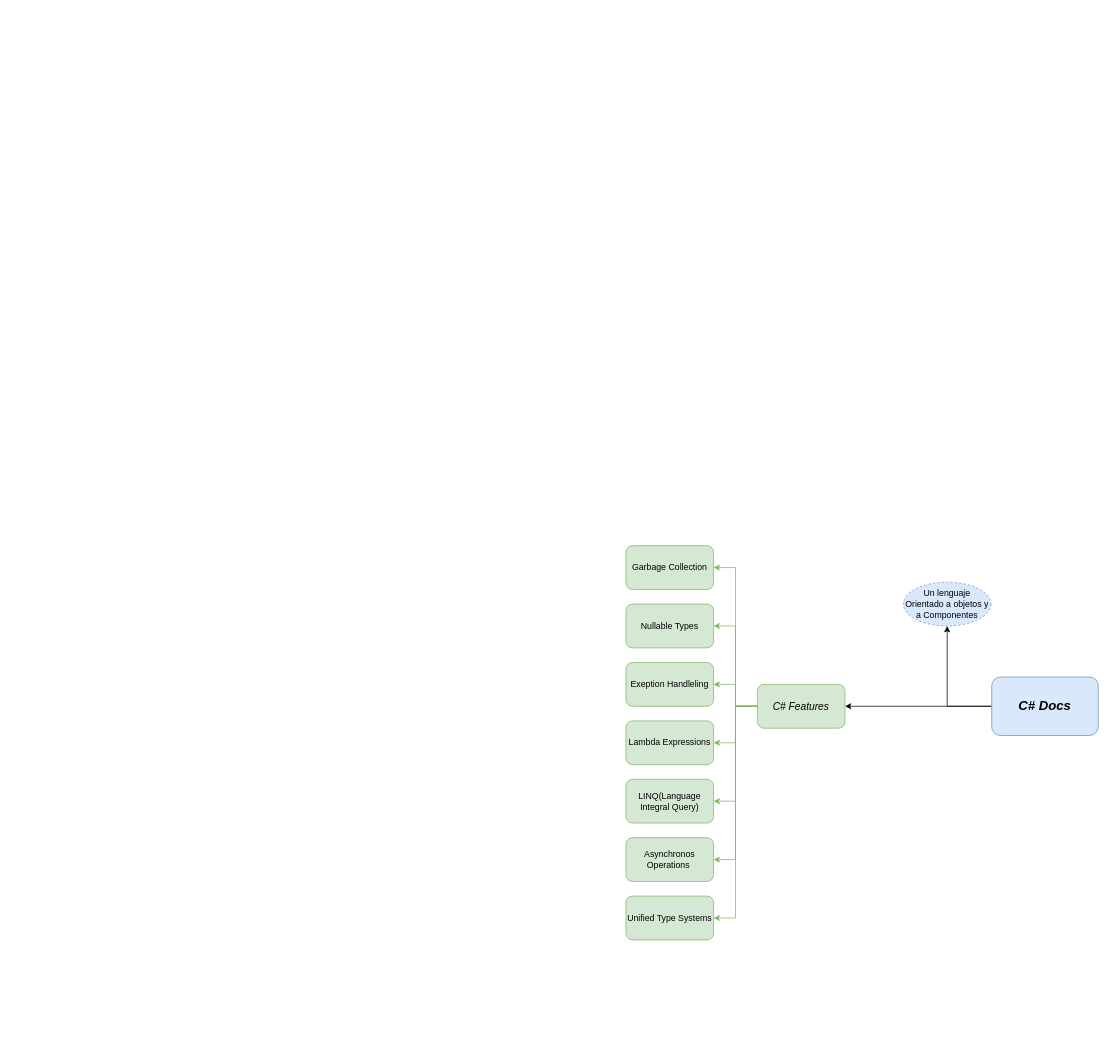
This is Untitled Diagram.drawio from Redcouz/AzureDevOpsDiagram, a draw.io file, before an edit. Source tidied: cells renumbered, new cells numbered last; positions are measured from the earlier drawing's top-left corner, leaving out a move shared by most shapes. Both pictures are drawn from the tidied source at 73%, with x=0, y=0 at pixel (626, 545).
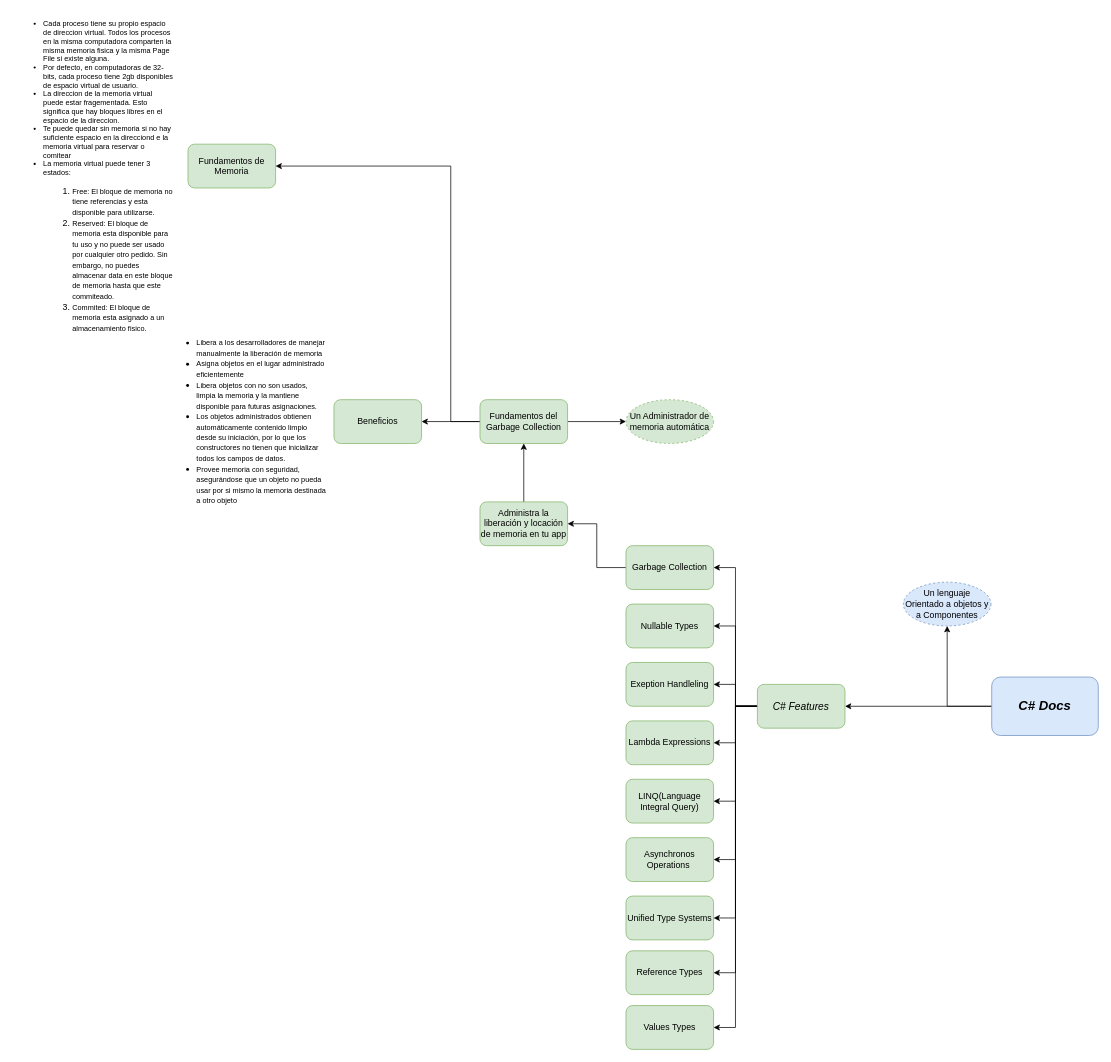
After the change.

Unchanged cells that the change refers to:
```xml
<mxCell id="13" value="&lt;font style=&quot;font-size: 14px&quot;&gt;&lt;i&gt;C# Features&lt;/i&gt;&lt;/font&gt;" style="whiteSpace=wrap;html=1;fillColor=#d5e8d4;strokeColor=#82b366;rounded=1;" parent="1" vertex="1">
  <mxGeometry x="180" y="190" width="120" height="60" as="geometry" />
</mxCell>
<mxCell id="14" value="Garbage Collection" style="whiteSpace=wrap;html=1;fillColor=#d5e8d4;strokeColor=#82b366;rounded=1;" parent="1" vertex="1">
  <mxGeometry width="120" height="60" as="geometry" />
</mxCell>
<mxCell id="15" value="Nullable Types" style="whiteSpace=wrap;html=1;fillColor=#d5e8d4;strokeColor=#82b366;rounded=1;" parent="1" vertex="1">
  <mxGeometry y="80" width="120" height="60" as="geometry" />
</mxCell>
<mxCell id="16" value="Exeption Handleling" style="whiteSpace=wrap;html=1;fillColor=#d5e8d4;strokeColor=#82b366;rounded=1;" parent="1" vertex="1">
  <mxGeometry y="160" width="120" height="60" as="geometry" />
</mxCell>
<mxCell id="17" value="Lambda Expressions" style="whiteSpace=wrap;html=1;fillColor=#d5e8d4;strokeColor=#82b366;rounded=1;" parent="1" vertex="1">
  <mxGeometry y="240" width="120" height="60" as="geometry" />
</mxCell>
<mxCell id="18" value="LINQ(Language Integral Query)" style="whiteSpace=wrap;html=1;fillColor=#d5e8d4;strokeColor=#82b366;rounded=1;" parent="1" vertex="1">
  <mxGeometry y="320" width="120" height="60" as="geometry" />
</mxCell>
<mxCell id="19" value="Asynchronos Operations&amp;nbsp;" style="whiteSpace=wrap;html=1;fillColor=#d5e8d4;strokeColor=#82b366;rounded=1;" parent="1" vertex="1">
  <mxGeometry y="400" width="120" height="60" as="geometry" />
</mxCell>
<mxCell id="20" value="Unified Type Systems" style="whiteSpace=wrap;html=1;fillColor=#d5e8d4;strokeColor=#82b366;rounded=1;" parent="1" vertex="1">
  <mxGeometry y="480" width="120" height="60" as="geometry" />
</mxCell>
```

Change to the diagram source:
```diff
@@
-    <mxCell id="6" style="edgeStyle=orthogonalEdgeStyle;rounded=0;jettySize=auto;html=1;fontSize=14;fillColor=#d5e8d4;strokeColor=#82b366;" parent="1" edge="1" source="13" target="14">
+    <mxCell id="6" style="edgeStyle=orthogonalEdgeStyle;rounded=0;jettySize=auto;html=1;fontSize=14;fillColor=#d5e8d4;strokeColor=#000000;" parent="1" edge="1" source="13" target="14">
       <mxGeometry relative="1" as="geometry">
         <Array as="points">
           <mxPoint x="150" y="220" />
           <mxPoint x="150" y="30" />
         </Array>
       </mxGeometry>
     </mxCell>
-    <mxCell id="7" style="edgeStyle=orthogonalEdgeStyle;rounded=0;jettySize=auto;html=1;fontSize=14;fillColor=#d5e8d4;strokeColor=#82b366;" parent="1" edge="1" source="13" target="15">
+    <mxCell id="7" style="edgeStyle=orthogonalEdgeStyle;rounded=0;jettySize=auto;html=1;fontSize=14;fillColor=#d5e8d4;strokeColor=#000000;" parent="1" edge="1" source="13" target="15">
       <mxGeometry relative="1" as="geometry">
         <Array as="points">
           <mxPoint x="150" y="220" />
           <mxPoint x="150" y="110" />
         </Array>
       </mxGeometry>
     </mxCell>
-    <mxCell id="8" style="edgeStyle=orthogonalEdgeStyle;rounded=0;jettySize=auto;html=1;fontSize=14;fillColor=#d5e8d4;strokeColor=#82b366;" parent="1" edge="1" source="13" target="16">
+    <mxCell id="8" style="edgeStyle=orthogonalEdgeStyle;rounded=0;jettySize=auto;html=1;fontSize=14;fillColor=#d5e8d4;strokeColor=#000000;" parent="1" edge="1" source="13" target="16">
       <mxGeometry relative="1" as="geometry" />
     </mxCell>
-    <mxCell id="9" style="edgeStyle=orthogonalEdgeStyle;rounded=0;jettySize=auto;html=1;fontSize=14;fillColor=#d5e8d4;strokeColor=#82b366;" parent="1" edge="1" source="13" target="17">
+    <mxCell id="9" style="edgeStyle=orthogonalEdgeStyle;rounded=0;jettySize=auto;html=1;fontSize=14;fillColor=#d5e8d4;strokeColor=#000000;" parent="1" edge="1" source="13" target="17">
       <mxGeometry relative="1" as="geometry" />
     </mxCell>
-    <mxCell id="10" style="edgeStyle=orthogonalEdgeStyle;rounded=0;jettySize=auto;html=1;fontSize=14;fillColor=#d5e8d4;strokeColor=#82b366;" parent="1" edge="1" source="13" target="18">
+    <mxCell id="10" style="edgeStyle=orthogonalEdgeStyle;rounded=0;jettySize=auto;html=1;fontSize=14;fillColor=#d5e8d4;strokeColor=#000000;" parent="1" edge="1" source="13" target="18">
       <mxGeometry relative="1" as="geometry">
         <Array as="points">
           <mxPoint x="150" y="220" />
           <mxPoint x="150" y="350" />
         </Array>
       </mxGeometry>
     </mxCell>
-    <mxCell id="11" style="edgeStyle=orthogonalEdgeStyle;rounded=0;jettySize=auto;html=1;fontSize=14;fillColor=#d5e8d4;strokeColor=#82b366;" parent="1" edge="1" source="13" target="19">
+    <mxCell id="11" style="edgeStyle=orthogonalEdgeStyle;rounded=0;jettySize=auto;html=1;fontSize=14;fillColor=#d5e8d4;strokeColor=#000000;" parent="1" edge="1" source="13" target="19">
       <mxGeometry relative="1" as="geometry">
         <Array as="points">
           <mxPoint x="150" y="220" />
           <mxPoint x="150" y="430" />
         </Array>
       </mxGeometry>
     </mxCell>
-    <mxCell id="12" style="edgeStyle=orthogonalEdgeStyle;rounded=0;jettySize=auto;html=1;fontSize=14;fillColor=#d5e8d4;strokeColor=#82b366;" parent="1" edge="1" source="13" target="20">
+    <mxCell id="12" style="edgeStyle=orthogonalEdgeStyle;rounded=0;jettySize=auto;html=1;fontSize=14;fillColor=#d5e8d4;strokeColor=#000000;" parent="1" edge="1" source="13" target="20">
       <mxGeometry relative="1" as="geometry">
         <Array as="points">
           <mxPoint x="150" y="220" />
           <mxPoint x="150" y="510" />
         </Array>
       </mxGeometry>
     </mxCell>
+    <mxCell id="21" style="edgeStyle=orthogonalEdgeStyle;rounded=0;jettySize=auto;html=1;" parent="1" edge="1" source="13" target="24">
+      <mxGeometry relative="1" as="geometry">
+        <Array as="points">
+          <mxPoint x="150" y="220" />
+          <mxPoint x="150" y="585" />
+        </Array>
+      </mxGeometry>
+    </mxCell>
+    <mxCell id="22" style="edgeStyle=orthogonalEdgeStyle;rounded=0;jettySize=auto;html=1;" parent="1" edge="1" source="13" target="25">
+      <mxGeometry relative="1" as="geometry">
+        <Array as="points">
+          <mxPoint x="150" y="220" />
+          <mxPoint x="150" y="660" />
+        </Array>
+      </mxGeometry>
+    </mxCell>
@@
+    <mxCell id="23" style="edgeStyle=orthogonalEdgeStyle;rounded=0;jettySize=auto;html=1;strokeColor=#000000;" parent="1" edge="1" source="14" target="27">
+      <mxGeometry relative="1" as="geometry" />
+    </mxCell>
@@
+    <mxCell id="24" value="Reference Types" style="whiteSpace=wrap;html=1;fillColor=#d5e8d4;strokeColor=#82b366;rounded=1;" parent="1" vertex="1">
+      <mxGeometry y="555" width="120" height="60" as="geometry" />
+    </mxCell>
+    <mxCell id="25" value="Values&amp;nbsp;Types" style="whiteSpace=wrap;html=1;fillColor=#d5e8d4;strokeColor=#82b366;rounded=1;" parent="1" vertex="1">
+      <mxGeometry y="630" width="120" height="60" as="geometry" />
+    </mxCell>
+    <mxCell id="26" style="edgeStyle=orthogonalEdgeStyle;rounded=0;jettySize=auto;html=1;strokeColor=#000000;" parent="1" edge="1" source="27" target="31">
+      <mxGeometry relative="1" as="geometry" />
+    </mxCell>
+    <mxCell id="27" value="Administra la liberación y locación de memoria en tu app" style="whiteSpace=wrap;html=1;fillColor=#d5e8d4;strokeColor=#82b366;rounded=1;" parent="1" vertex="1">
+      <mxGeometry x="-200" y="-60" width="120" height="60" as="geometry" />
+    </mxCell>
+    <mxCell id="28" style="edgeStyle=orthogonalEdgeStyle;rounded=0;jettySize=auto;html=1;strokeColor=#000000;" parent="1" edge="1" source="31" target="32">
+      <mxGeometry relative="1" as="geometry" />
+    </mxCell>
+    <mxCell id="29" style="edgeStyle=orthogonalEdgeStyle;rounded=0;jettySize=auto;html=1;strokeColor=#000000;" parent="1" edge="1" source="31" target="33">
+      <mxGeometry relative="1" as="geometry" />
+    </mxCell>
+    <mxCell id="30" style="edgeStyle=orthogonalEdgeStyle;rounded=0;jettySize=auto;html=1;fontSize=10;strokeColor=#000000;" parent="1" edge="1" source="31" target="35">
+      <mxGeometry relative="1" as="geometry">
+        <Array as="points">
+          <mxPoint x="-240" y="-170" />
+          <mxPoint x="-240" y="-520" />
+        </Array>
+      </mxGeometry>
+    </mxCell>
+    <mxCell id="31" value="Fundamentos del Garbage Collection" style="whiteSpace=wrap;html=1;fillColor=#d5e8d4;strokeColor=#82b366;rounded=1;" parent="1" vertex="1">
+      <mxGeometry x="-200" y="-200" width="120" height="60" as="geometry" />
+    </mxCell>
+    <mxCell id="32" value="Un Administrador de memoria automática" style="ellipse;whiteSpace=wrap;html=1;fillColor=#d5e8d4;strokeColor=#82b366;rounded=1;dashed=1;" parent="1" vertex="1">
+      <mxGeometry y="-200" width="120" height="60" as="geometry" />
+    </mxCell>
+    <mxCell id="33" value="Beneficios" style="whiteSpace=wrap;html=1;fillColor=#d5e8d4;strokeColor=#82b366;rounded=1;" parent="1" vertex="1">
+      <mxGeometry x="-400" y="-200" width="120" height="60" as="geometry" />
+    </mxCell>
+    <mxCell id="34" value="&lt;ul&gt;&lt;li&gt;&lt;font style=&quot;font-size: 10px&quot;&gt;Libera a los desarrolladores de manejar manualmente la liberación de memoria&lt;/font&gt;&lt;/li&gt;&lt;li&gt;&lt;font style=&quot;font-size: 10px&quot;&gt;Asigna objetos en el lugar administrado eficientemente&lt;/font&gt;&lt;/li&gt;&lt;li&gt;&lt;font style=&quot;font-size: 10px&quot;&gt;Libera objetos con no son usados, limpia la memoria y la mantiene disponible para futuras asignaciones.&lt;/font&gt;&lt;/li&gt;&lt;li&gt;&lt;font style=&quot;font-size: 10px&quot;&gt;Los objetos administrados obtienen automáticamente contenido limpio desde su iniciación, por lo que los constructores no tienen que inicializar todos los campos de datos.&lt;/font&gt;&lt;/li&gt;&lt;li&gt;&lt;span style=&quot;font-size: 10px&quot;&gt;Provee memoria con seguridad, asegurándose&amp;nbsp;que un objeto no pueda usar por si mismo la memoria destinada a otro objeto&lt;/span&gt;&lt;/li&gt;&lt;/ul&gt;" style="text;html=1;strokeColor=none;fillColor=none;align=left;verticalAlign=middle;whiteSpace=wrap;rounded=0;" parent="1" vertex="1">
+      <mxGeometry x="-630" y="-185" width="220" height="30" as="geometry" />
+    </mxCell>
+    <mxCell id="35" value="Fundamentos de Memoria" style="whiteSpace=wrap;html=1;fillColor=#d5e8d4;strokeColor=#82b366;rounded=1;" parent="1" vertex="1">
+      <mxGeometry x="-600" y="-550" width="120" height="60" as="geometry" />
+    </mxCell>
+    <mxCell id="36" value="&lt;ul style=&quot;font-size: 10px&quot;&gt;&lt;li&gt;Cada proceso tiene su propio espacio de direccion virtual. Todos los procesos en la misma computadora comparten la misma memoria fisica y la misma Page File si existe alguna.&lt;/li&gt;&lt;li&gt;Por defecto, en computadoras de 32-bits, cada proceso tiene 2gb disponibles de espacio virtual de usuario.&lt;/li&gt;&lt;li&gt;La direccion de la memoria virtual puede estar fragementada. Esto significa que hay bloques libres en el espacio de la direccion.&lt;/li&gt;&lt;li&gt;Te puede quedar sin memoria si no hay suficiente espacio en la direcciond e la memoria virtual para reservar o comitear&lt;/li&gt;&lt;li&gt;La memoria virtual puede tener 3 estados:&amp;nbsp;&lt;/li&gt;&lt;/ul&gt;&lt;ol&gt;&lt;ol&gt;&lt;li&gt;&lt;span style=&quot;font-size: 10px&quot;&gt;Free: El bloque de memoria no tiene referencias y esta disponible para utilizarse.&amp;nbsp;&lt;/span&gt;&lt;/li&gt;&lt;li&gt;&lt;span style=&quot;font-size: 10px&quot;&gt;Reserved: El bloque de memoria esta disponible para tu uso y no puede ser usado por cualquier otro pedido. Sin embargo, no puedes almacenar data en este bloque de memoria hasta que este commiteado.&amp;nbsp;&lt;/span&gt;&lt;/li&gt;&lt;li&gt;&lt;span style=&quot;font-size: 10px&quot;&gt;Commited: El bloque de memoria esta asignado a un almacenamiento fisico.&lt;/span&gt;&lt;/li&gt;&lt;/ol&gt;&lt;/ol&gt;" style="text;html=1;strokeColor=none;fillColor=none;align=left;verticalAlign=middle;whiteSpace=wrap;rounded=0;" parent="1" vertex="1">
+      <mxGeometry x="-840" y="-520" width="220" height="30" as="geometry" />
+    </mxCell>
```
